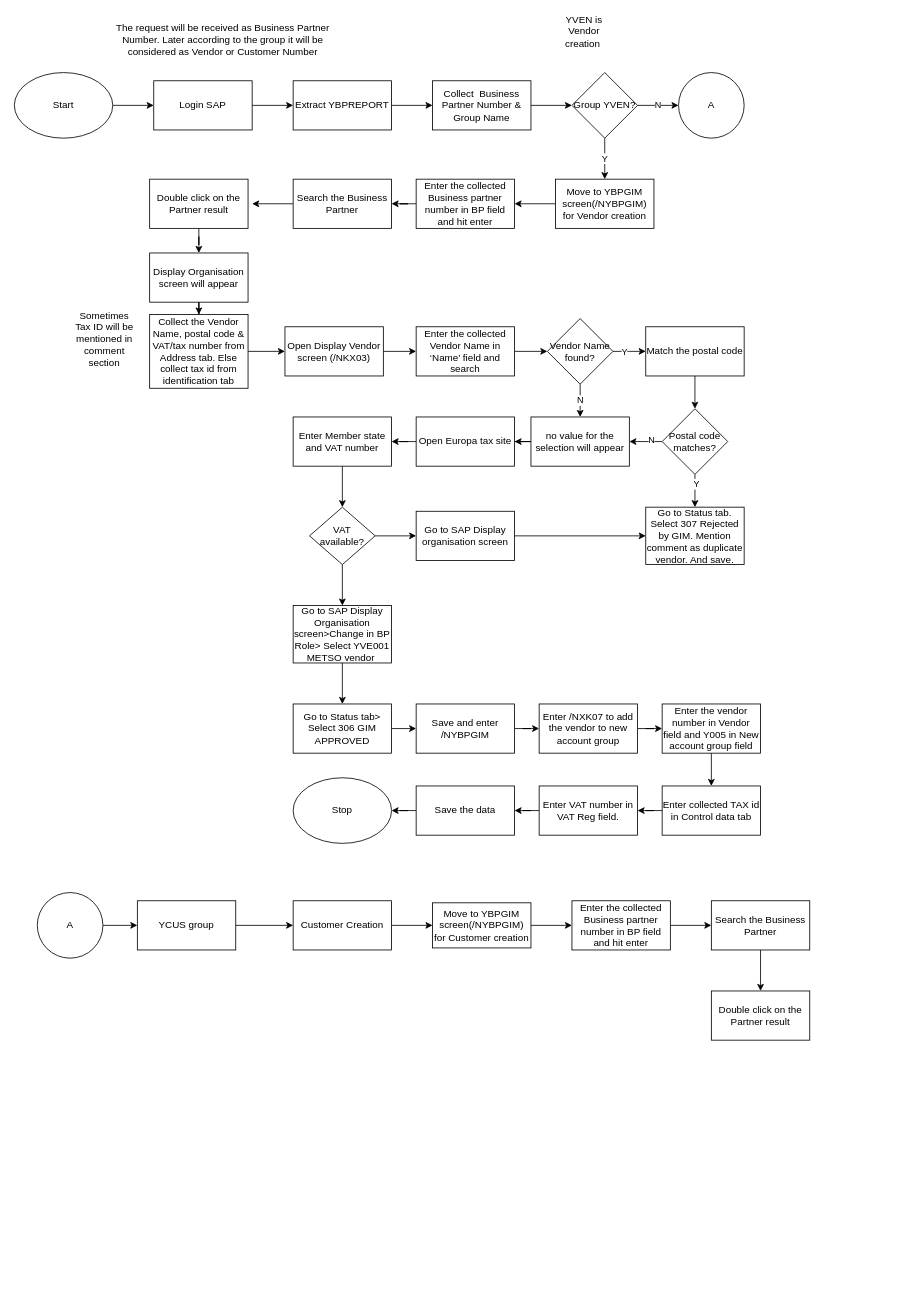
Before: Vendor Creation .drawio in Jyotiprakash-Parida/process-diagram, a draw.io diagram. Source tidied: cells renumbered, new cells numbered last; positions are measured from the earlier drawing's top-left corner, leaving out a move shared by most shapes. Both pictures are drawn from the tidied source at 82%, with x=0, y=0 at pixel (14, 15).
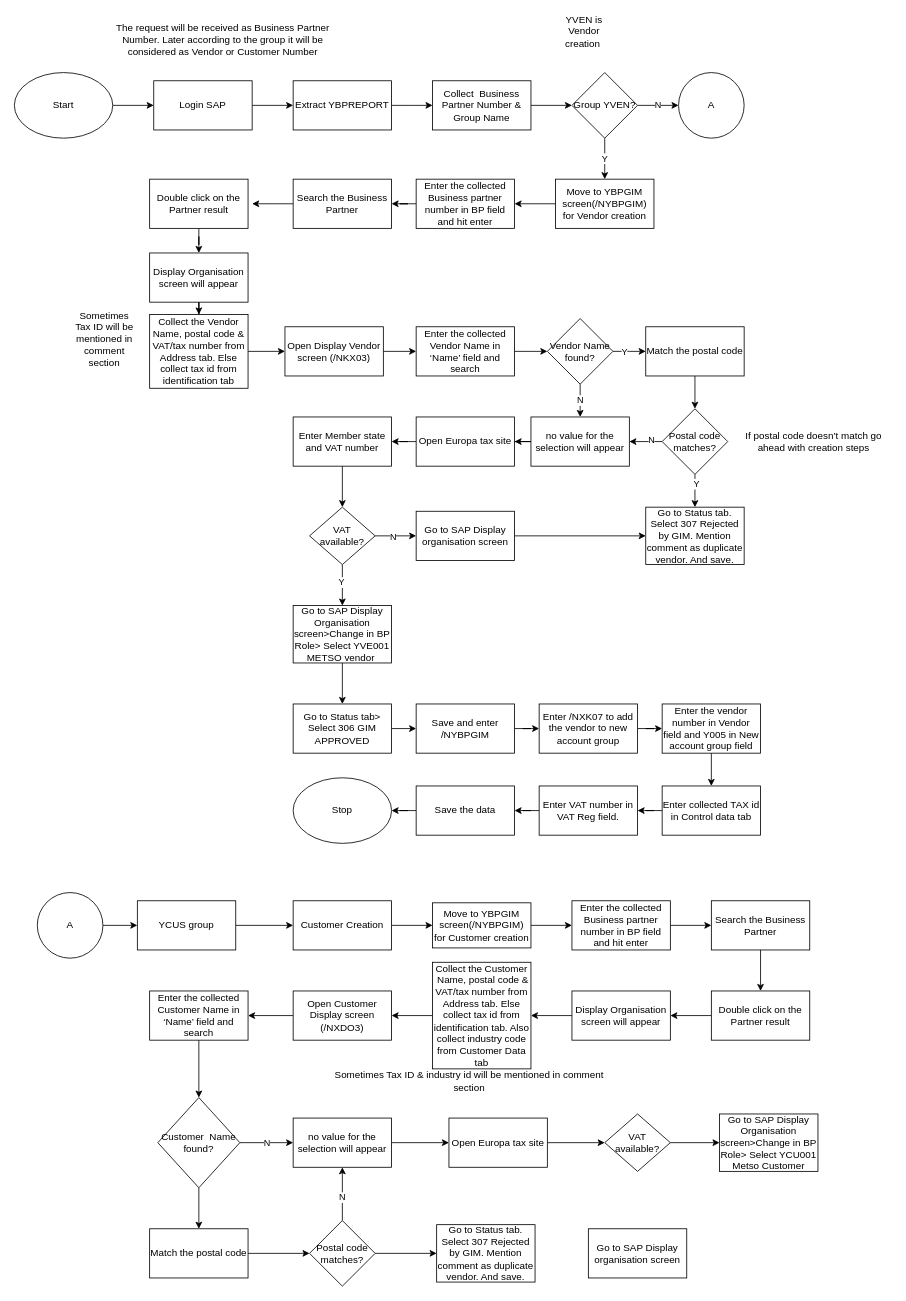
The same page after the edit.

Commit message:
Update Customer  Creation .drawio

Unchanged cells that the change refers to:
```xml
<mxCell id="28" style="edgeStyle=orthogonalEdgeStyle;rounded=0;jettySize=auto;html=1;" parent="1" edge="1" source="30" target="58">
  <mxGeometry relative="1" as="geometry" />
</mxCell>
<mxCell id="29" style="edgeStyle=orthogonalEdgeStyle;rounded=0;jettySize=auto;html=1;" parent="1" edge="1" source="30" target="32">
  <mxGeometry relative="1" as="geometry" />
</mxCell>
<mxCell id="85" value="Double click on the Partner result" style="rounded=0;whiteSpace=wrap;html=1;" parent="1" vertex="1">
  <mxGeometry x="850" y="1190" width="120" height="60" as="geometry" />
</mxCell>
```

Diff of the diagram source:
```diff
@@
+    <mxCell id="86" value="N" style="edgeLabel;html=1;align=center;verticalAlign=middle;" parent="28" vertex="1">
+      <mxGeometry x="-0.16" relative="1" as="geometry" />
+    </mxCell>
@@
+    <mxCell id="87" value="Y" style="edgeLabel;html=1;align=center;verticalAlign=middle;" parent="29" vertex="1">
+      <mxGeometry x="-0.15" y="-2" relative="1" as="geometry" />
+    </mxCell>
@@
+    <mxCell id="88" style="edgeStyle=orthogonalEdgeStyle;rounded=0;jettySize=auto;html=1;" parent="1" edge="1" source="85" target="90">
+      <mxGeometry relative="1" as="geometry" />
+    </mxCell>
@@
+    <mxCell id="89" style="edgeStyle=orthogonalEdgeStyle;rounded=0;jettySize=auto;html=1;" parent="1" edge="1" source="90" target="92">
+      <mxGeometry relative="1" as="geometry" />
+    </mxCell>
+    <mxCell id="90" value="Display Organisation screen will appear" style="rounded=0;whiteSpace=wrap;html=1;" parent="1" vertex="1">
+      <mxGeometry x="680" y="1190" width="120" height="60" as="geometry" />
+    </mxCell>
+    <mxCell id="91" style="edgeStyle=orthogonalEdgeStyle;rounded=0;jettySize=auto;html=1;" parent="1" edge="1" source="92" target="95">
+      <mxGeometry relative="1" as="geometry" />
+    </mxCell>
+    <mxCell id="92" value="Collect the Customer &amp;nbsp;Name, postal code &amp;amp; VAT/tax number from Address tab. Else collect tax id from identification tab. Also collect industry code from Customer Data tab" style="rounded=0;whiteSpace=wrap;html=1;" parent="1" vertex="1">
+      <mxGeometry x="510" y="1155" width="120" height="130" as="geometry" />
+    </mxCell>
+    <mxCell id="93" value="Sometimes Tax ID &amp;amp; industry id will be mentioned in comment section" style="text;html=1;strokeColor=none;fillColor=none;align=center;verticalAlign=middle;whiteSpace=wrap;rounded=0;" parent="1" vertex="1">
+      <mxGeometry x="390" y="1290" width="330" height="20" as="geometry" />
+    </mxCell>
+    <mxCell id="94" style="edgeStyle=orthogonalEdgeStyle;rounded=0;jettySize=auto;html=1;" parent="1" edge="1" source="95" target="97">
+      <mxGeometry relative="1" as="geometry" />
+    </mxCell>
+    <mxCell id="95" value="Open Customer Display screen (/NXDO3)" style="rounded=0;whiteSpace=wrap;html=1;" parent="1" vertex="1">
+      <mxGeometry x="340" y="1190" width="120" height="60" as="geometry" />
+    </mxCell>
+    <mxCell id="96" style="edgeStyle=orthogonalEdgeStyle;rounded=0;jettySize=auto;html=1;" parent="1" edge="1" source="97" target="100">
+      <mxGeometry relative="1" as="geometry" />
+    </mxCell>
+    <mxCell id="97" value="Enter the collected Customer Name in ‘Name’ field and search" style="rounded=0;whiteSpace=wrap;html=1;" parent="1" vertex="1">
+      <mxGeometry x="165" y="1190" width="120" height="60" as="geometry" />
+    </mxCell>
+    <mxCell id="98" style="edgeStyle=orthogonalEdgeStyle;rounded=0;jettySize=auto;html=1;" parent="1" edge="1" source="100" target="103">
+      <mxGeometry relative="1" as="geometry" />
+    </mxCell>
+    <mxCell id="99" value="N" style="edgeStyle=orthogonalEdgeStyle;rounded=0;jettySize=auto;html=1;" parent="1" edge="1" source="100" target="110">
+      <mxGeometry relative="1" as="geometry" />
+    </mxCell>
+    <mxCell id="100" value="Customer &amp;nbsp;Name found?" style="rhombus;whiteSpace=wrap;html=1;" parent="1" vertex="1">
+      <mxGeometry x="175" y="1320" width="100" height="110" as="geometry" />
+    </mxCell>
+    <mxCell id="101" value="If postal code doesn’t match go ahead with creation steps" style="text;html=1;strokeColor=none;fillColor=none;align=center;verticalAlign=middle;whiteSpace=wrap;rounded=0;" parent="1" vertex="1">
+      <mxGeometry x="880" y="500" width="190" height="40" as="geometry" />
+    </mxCell>
+    <mxCell id="102" style="edgeStyle=orthogonalEdgeStyle;rounded=0;jettySize=auto;html=1;" parent="1" edge="1" source="103" target="107">
+      <mxGeometry relative="1" as="geometry" />
+    </mxCell>
+    <mxCell id="103" value="Match the postal code" style="rounded=0;whiteSpace=wrap;html=1;" parent="1" vertex="1">
+      <mxGeometry x="165" y="1480" width="120" height="60" as="geometry" />
+    </mxCell>
+    <mxCell id="104" style="edgeStyle=orthogonalEdgeStyle;rounded=0;jettySize=auto;html=1;" parent="1" edge="1" source="107" target="108">
+      <mxGeometry relative="1" as="geometry" />
+    </mxCell>
+    <mxCell id="105" style="edgeStyle=orthogonalEdgeStyle;rounded=0;jettySize=auto;html=1;" parent="1" edge="1" source="107" target="110">
+      <mxGeometry relative="1" as="geometry" />
+    </mxCell>
+    <mxCell id="106" value="N" style="edgeLabel;html=1;align=center;verticalAlign=middle;" parent="105" vertex="1">
+      <mxGeometry x="-0.1" y="1" relative="1" as="geometry" />
+    </mxCell>
+    <mxCell id="107" value="Postal code matches?" style="rhombus;whiteSpace=wrap;html=1;" parent="1" vertex="1">
+      <mxGeometry x="360" y="1470" width="80" height="80" as="geometry" />
+    </mxCell>
+    <mxCell id="108" value="Go to Status tab. Select 307 Rejected by GIM. Mention comment as duplicate vendor. And save." style="rounded=0;whiteSpace=wrap;html=1;" parent="1" vertex="1">
+      <mxGeometry x="515" y="1475" width="120" height="70" as="geometry" />
+    </mxCell>
+    <mxCell id="109" style="edgeStyle=orthogonalEdgeStyle;rounded=0;jettySize=auto;html=1;" parent="1" edge="1" source="110" target="112">
+      <mxGeometry relative="1" as="geometry" />
+    </mxCell>
+    <mxCell id="110" value="no value for the selection will appear" style="rounded=0;whiteSpace=wrap;html=1;fillColor=#FFFFFF;" parent="1" vertex="1">
+      <mxGeometry x="340" y="1345" width="120" height="60" as="geometry" />
+    </mxCell>
+    <mxCell id="111" style="edgeStyle=orthogonalEdgeStyle;rounded=0;jettySize=auto;html=1;" parent="1" edge="1" source="112" target="114">
+      <mxGeometry relative="1" as="geometry" />
+    </mxCell>
+    <mxCell id="112" value="Open Europa tax site" style="rounded=0;whiteSpace=wrap;html=1;" parent="1" vertex="1">
+      <mxGeometry x="530" y="1345" width="120" height="60" as="geometry" />
+    </mxCell>
+    <mxCell id="113" style="edgeStyle=orthogonalEdgeStyle;rounded=0;jettySize=auto;html=1;" parent="1" edge="1" source="114" target="116">
+      <mxGeometry relative="1" as="geometry" />
+    </mxCell>
+    <mxCell id="114" value="VAT available?" style="rhombus;whiteSpace=wrap;html=1;fillColor=#FFFFFF;" parent="1" vertex="1">
+      <mxGeometry x="720" y="1340" width="80" height="70" as="geometry" />
+    </mxCell>
+    <mxCell id="115" value="Go to SAP Display organisation screen" style="rounded=0;whiteSpace=wrap;html=1;" parent="1" vertex="1">
+      <mxGeometry x="700" y="1480" width="120" height="60" as="geometry" />
+    </mxCell>
+    <mxCell id="116" value="Go to SAP Display Organisation screen&amp;gt;Change in BP Role&amp;gt; Select YCU001 Metso Customer" style="rounded=0;whiteSpace=wrap;html=1;fillColor=#FFFFFF;" parent="1" vertex="1">
+      <mxGeometry x="860" y="1340" width="120" height="70" as="geometry" />
+    </mxCell>
```
